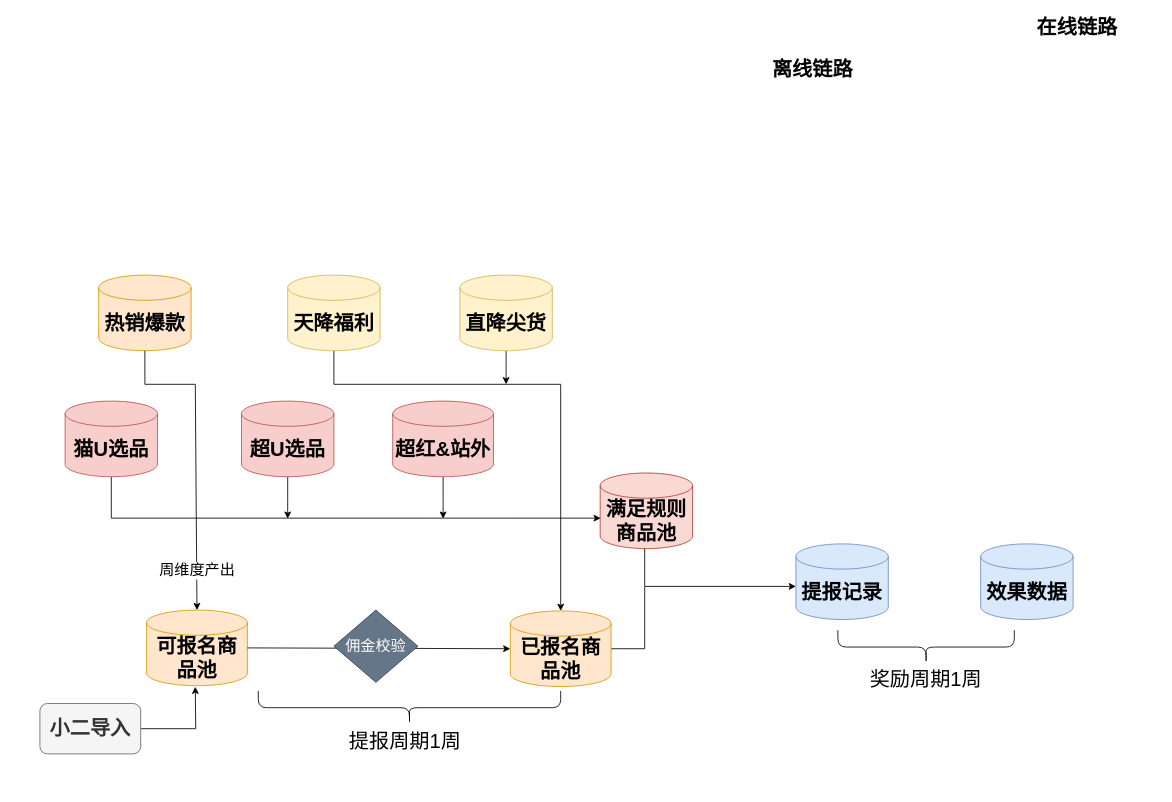
Before: 淘客激励升级.drawio in RuishanFang/notes, a draw.io diagram. Source tidied: cells renumbered, new cells numbered last; positions are measured from the earlier drawing's top-left corner, leaving out a move shared by most shapes. Both pictures are drawn from the tidied source at 84%, with x=0, y=0 at pixel (39, 14).
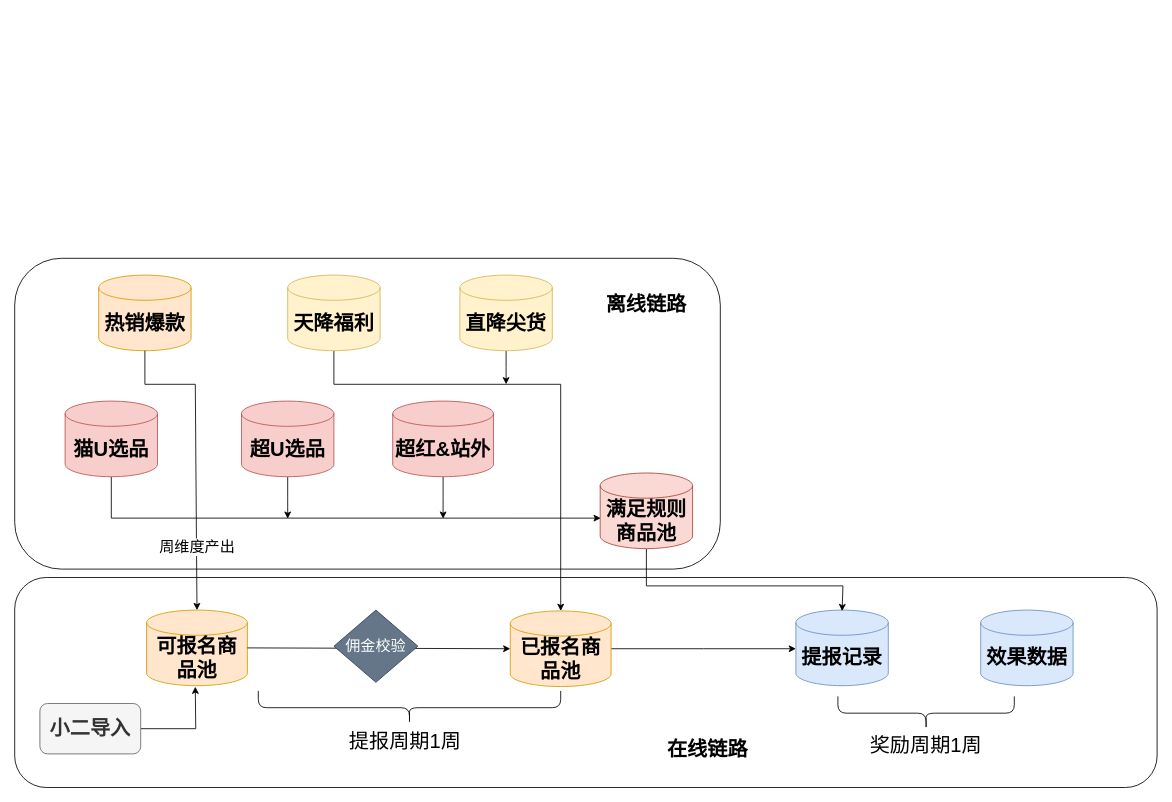
After the change.

Commit message:
更新淘客激励升级.drawio

The change refers to these unchanged cells:
```xml
<mxCell id="9" value="&lt;span style=&quot;font-size: 24px;&quot;&gt;&lt;b&gt;已报名商品池&lt;/b&gt;&lt;/span&gt;" style="shape=cylinder3;whiteSpace=wrap;html=1;boundedLbl=1;backgroundOutline=1;size=15;fillColor=#ffe6cc;strokeColor=#d79b00;" parent="1" vertex="1">
  <mxGeometry x="560" y="709.8" width="120" height="90" as="geometry" />
</mxCell>
<mxCell id="27" style="endArrow=classic;html=1;rounded=0;exitX=0.5;exitY=1;exitDx=0;exitDy=0;exitPerimeter=0;entryX=0.5;entryY=0;entryDx=0;entryDy=0;entryPerimeter=0;" parent="1" edge="1" source="2" target="7">
  <mxGeometry relative="1" as="geometry">
    <Array as="points">
      <mxPoint x="125" y="440" />
      <mxPoint x="185" y="440" />
    </Array>
  </mxGeometry>
</mxCell>
<mxCell id="30" value="&lt;font style=&quot;font-size: 24px;&quot;&gt;&lt;b style=&quot;&quot;&gt;满足规则商品池&lt;/b&gt;&lt;/font&gt;" style="shape=cylinder3;whiteSpace=wrap;html=1;boundedLbl=1;backgroundOutline=1;size=15;fillColor=#fad9d5;strokeColor=#ae4132;" parent="1" vertex="1">
  <mxGeometry x="667" y="545.6" width="110" height="90" as="geometry" />
</mxCell>
```

Change to the diagram source:
```diff
@@
+    <mxCell id="32" style="rounded=1;whiteSpace=wrap;html=1;" parent="1" vertex="1">
+      <mxGeometry x="-30" y="670" width="1360" height="250" as="geometry" />
+    </mxCell>
+    <mxCell id="33" style="rounded=1;whiteSpace=wrap;html=1;" parent="1" vertex="1">
+      <mxGeometry x="-30" y="290" width="840" height="370" as="geometry" />
+    </mxCell>
@@
-    <mxCell id="8" style="edgeStyle=orthogonalEdgeStyle;rounded=0;jettySize=auto;html=1;" parent="1" edge="1" source="9">
-      <mxGeometry relative="1" as="geometry">
-        <mxPoint x="900" y="680.6" as="targetPoint" />
-        <Array as="points">
-          <mxPoint x="720" y="754" />
-          <mxPoint x="720" y="681" />
-        </Array>
-      </mxGeometry>
-    </mxCell>
+    <mxCell id="34" style="edgeStyle=orthogonalEdgeStyle;rounded=0;jettySize=auto;html=1;" parent="1" edge="1" source="9">
+      <mxGeometry relative="1" as="geometry">
+        <mxPoint x="900" y="754.8" as="targetPoint" />
+      </mxGeometry>
+    </mxCell>
@@
     <mxCell id="10" value="&lt;font style=&quot;font-size: 24px;&quot;&gt;&lt;b style=&quot;&quot;&gt;提报记录&lt;/b&gt;&lt;/font&gt;" style="shape=cylinder3;whiteSpace=wrap;html=1;boundedLbl=1;backgroundOutline=1;size=15;fillColor=#dae8fc;strokeColor=#6c8ebf;" parent="1" vertex="1">
-      <mxGeometry x="900" y="630" width="110" height="90" as="geometry" />
+      <mxGeometry x="900" y="708.8" width="110" height="90" as="geometry" />
     </mxCell>
     <mxCell id="11" value="&lt;font style=&quot;font-size: 24px;&quot;&gt;&lt;b style=&quot;&quot;&gt;效果数据&lt;/b&gt;&lt;/font&gt;" style="shape=cylinder3;whiteSpace=wrap;html=1;boundedLbl=1;backgroundOutline=1;size=15;fillColor=#dae8fc;strokeColor=#6c8ebf;" parent="1" vertex="1">
-      <mxGeometry x="1120" y="630" width="110" height="90" as="geometry" />
+      <mxGeometry x="1120" y="708.8" width="110" height="90" as="geometry" />
     </mxCell>
@@
     <mxCell id="13" value="&lt;font style=&quot;font-size: 24px;&quot;&gt;&lt;b&gt;离线链路&lt;/b&gt;&lt;/font&gt;" style="text;html=1;strokeColor=none;fillColor=none;align=center;verticalAlign=middle;whiteSpace=wrap;rounded=0;" parent="1" vertex="1">
-      <mxGeometry x="865" y="50" width="110" height="30" as="geometry" />
+      <mxGeometry x="667" y="330" width="110" height="30" as="geometry" />
     </mxCell>
@@
     <mxCell id="15" style="shape=curlyBracket;whiteSpace=wrap;html=1;rounded=1;labelPosition=left;verticalLabelPosition=middle;align=right;verticalAlign=middle;rotation=-90;" parent="1" vertex="1">
-      <mxGeometry x="1035" y="647.8" width="40" height="210" as="geometry" />
+      <mxGeometry x="1035" y="726.5" width="40" height="210" as="geometry" />
     </mxCell>
@@
     <mxCell id="17" value="&lt;font style=&quot;font-size: 24px;&quot;&gt;奖励周期1周&lt;/font&gt;" style="text;html=1;strokeColor=none;fillColor=none;align=center;verticalAlign=middle;whiteSpace=wrap;rounded=0;" parent="1" vertex="1">
-      <mxGeometry x="980" y="776.5" width="150" height="30" as="geometry" />
+      <mxGeometry x="980" y="855.2" width="150" height="30" as="geometry" />
     </mxCell>
@@
     <mxCell id="26" value="&lt;font style=&quot;font-size: 24px;&quot;&gt;&lt;b&gt;在线链路&lt;/b&gt;&lt;/font&gt;" style="text;html=1;strokeColor=none;fillColor=none;align=center;verticalAlign=middle;whiteSpace=wrap;rounded=0;" parent="1" vertex="1">
-      <mxGeometry x="1180" width="110" height="30" as="geometry" />
+      <mxGeometry x="740" y="860" width="110" height="30" as="geometry" />
     </mxCell>
@@
     <mxCell id="28" value="&lt;font style=&quot;font-size: 18px;&quot;&gt;周维度产出&lt;/font&gt;" style="edgeLabel;html=1;align=center;verticalAlign=middle;" parent="27" vertex="1">
       <mxGeometry x="0.12" y="-2" relative="1" as="geometry">
-        <mxPoint x="3" y="114" as="offset" />
+        <mxPoint x="3" y="86" as="offset" />
       </mxGeometry>
     </mxCell>
@@
+    <mxCell id="35" style="edgeStyle=orthogonalEdgeStyle;rounded=0;jettySize=auto;html=1;" parent="1" edge="1" source="30">
+      <mxGeometry relative="1" as="geometry">
+        <mxPoint x="955" y="710" as="targetPoint" />
+        <Array as="points">
+          <mxPoint x="722" y="680" />
+          <mxPoint x="956" y="680" />
+        </Array>
+      </mxGeometry>
+    </mxCell>
@@
-    <mxCell id="31" style="endArrow=none;html=1;rounded=0;" parent="1" edge="1">
-      <mxGeometry relative="1" as="geometry">
-        <mxPoint x="720" y="635.6" as="sourcePoint" />
-        <mxPoint x="720" y="680" as="targetPoint" />
-      </mxGeometry>
-    </mxCell>
```
